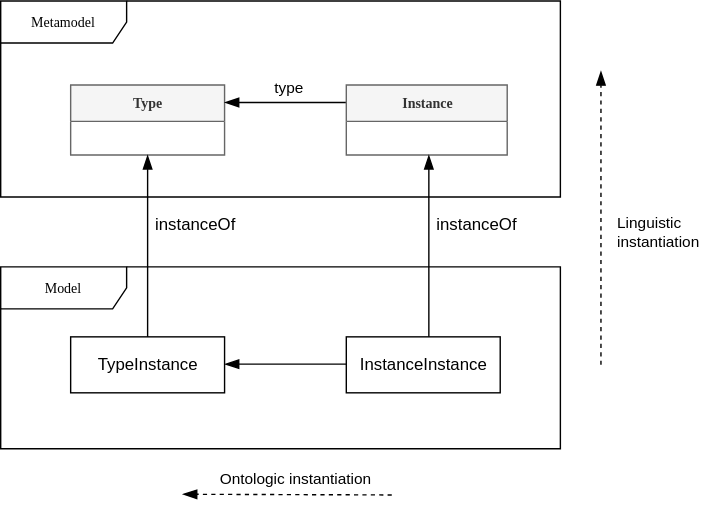
Before: Figures/Instantiation.svg, a diagram exported from draw.io (labsticc-p4s/multi-process-challenge). Source tidied: cells renumbered, new cells last; positions are measured from the earlier drawing's top-left corner, leaving out a move shared by most shapes.
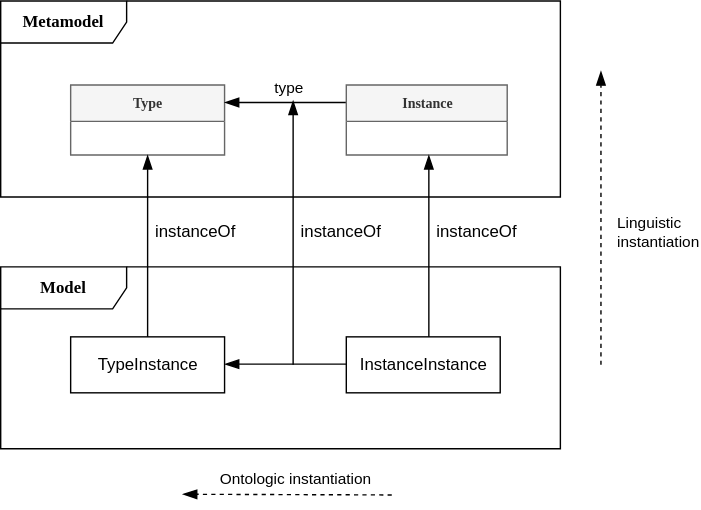
After the commit.

What changed in the source:
```diff
@@ -2,7 +2,7 @@
   <root>
     <mxCell id="0" />
     <mxCell id="1" parent="0" />
-    <mxCell id="2" value="Metamodel" style="shape=umlFrame;whiteSpace=wrap;html=1;rounded=0;shadow=0;comic=0;labelBackgroundColor=none;strokeWidth=1;fontFamily=Verdana;fontSize=10;align=center;width=90;height=30;" parent="1" vertex="1">
+    <mxCell id="2" value="&lt;b style=&quot;font-size: 12px;&quot;&gt;Metamodel&lt;/b&gt;" style="shape=umlFrame;whiteSpace=wrap;html=1;rounded=0;shadow=0;comic=0;labelBackgroundColor=none;strokeWidth=1;fontFamily=Verdana;fontSize=12;align=center;width=90;height=30;" parent="1" vertex="1">
       <mxGeometry width="400" height="140" as="geometry" />
     </mxCell>
     <mxCell id="3" value="&lt;b&gt;Type&lt;/b&gt;" style="swimlane;html=1;fontStyle=0;horizontal=1;startSize=26;fillColor=#f5f5f5;swimlaneFillColor=#ffffff;rounded=0;shadow=0;comic=0;labelBackgroundColor=none;strokeWidth=1;fontFamily=Verdana;fontSize=10;align=center;strokeColor=#666666;fontColor=#333333;" parent="1" vertex="1">
@@ -17,7 +17,7 @@
     <mxCell id="6" value="type" style="edgeLabel;html=1;align=left;verticalAlign=bottom;" parent="1" vertex="1">
       <mxGeometry x="194" y="70" as="geometry" />
     </mxCell>
-    <mxCell id="7" value="Model" style="shape=umlFrame;whiteSpace=wrap;html=1;rounded=0;shadow=0;comic=0;labelBackgroundColor=none;strokeWidth=1;fontFamily=Verdana;fontSize=10;align=center;width=90;height=30;" parent="1" vertex="1">
+    <mxCell id="7" value="&lt;b style=&quot;font-size: 12px;&quot;&gt;Model&lt;/b&gt;" style="shape=umlFrame;whiteSpace=wrap;html=1;rounded=0;shadow=0;comic=0;labelBackgroundColor=none;strokeWidth=1;fontFamily=Verdana;fontSize=12;align=center;width=90;height=30;" parent="1" vertex="1">
       <mxGeometry y="190" width="400" height="130" as="geometry" />
     </mxCell>
     <mxCell id="8" value="TypeInstance" style="html=1;" parent="1" vertex="1">
@@ -30,7 +30,7 @@
       <mxGeometry relative="1" as="geometry" />
     </mxCell>
     <mxCell id="11" value="instanceOf" style="text;html=1;align=center;verticalAlign=middle;strokeColor=none;" parent="1" vertex="1">
-      <mxGeometry x="104" y="150" width="70" height="20" as="geometry" />
+      <mxGeometry x="104" y="155" width="70" height="20" as="geometry" />
     </mxCell>
     <mxCell id="12" style="edgeStyle=none;rounded=0;orthogonalLoop=1;jettySize=auto;html=1;exitX=0.5;exitY=0;exitDx=0;exitDy=0;entryX=0.5;entryY=1;entryDx=0;entryDy=0;endArrow=blockThin;endFill=1;endSize=8;" parent="1" edge="1">
       <mxGeometry relative="1" as="geometry">
@@ -39,7 +39,7 @@
       </mxGeometry>
     </mxCell>
     <mxCell id="13" value="instanceOf" style="text;html=1;align=center;verticalAlign=middle;strokeColor=none;" parent="1" vertex="1">
-      <mxGeometry x="305" y="150" width="70" height="20" as="geometry" />
+      <mxGeometry x="305" y="155" width="70" height="20" as="geometry" />
     </mxCell>
     <mxCell id="14" style="edgeStyle=none;rounded=0;orthogonalLoop=1;jettySize=auto;html=1;exitX=0;exitY=0.25;exitDx=0;exitDy=0;entryX=1;entryY=0.25;entryDx=0;entryDy=0;endArrow=blockThin;endFill=1;endSize=8;" parent="1" edge="1">
       <mxGeometry relative="1" as="geometry">
@@ -65,5 +65,14 @@
     <mxCell id="18" value="&lt;div&gt;Linguistic&lt;/div&gt;&lt;div&gt; instantiation&lt;/div&gt;" style="edgeLabel;html=1;align=left;verticalAlign=bottom;" parent="1" vertex="1">
       <mxGeometry x="439" y="180" as="geometry" />
     </mxCell>
+    <mxCell id="19" style="edgeStyle=none;rounded=0;orthogonalLoop=1;jettySize=auto;html=1;endArrow=blockThin;endFill=1;endSize=8;" parent="1" edge="1">
+      <mxGeometry relative="1" as="geometry">
+        <mxPoint x="209" y="260" as="sourcePoint" />
+        <mxPoint x="209" y="71" as="targetPoint" />
+      </mxGeometry>
+    </mxCell>
+    <mxCell id="20" value="instanceOf" style="text;html=1;align=center;verticalAlign=middle;strokeColor=none;" parent="1" vertex="1">
+      <mxGeometry x="208" y="155" width="70" height="20" as="geometry" />
+    </mxCell>
   </root>
 </mxGraphModel>
```
